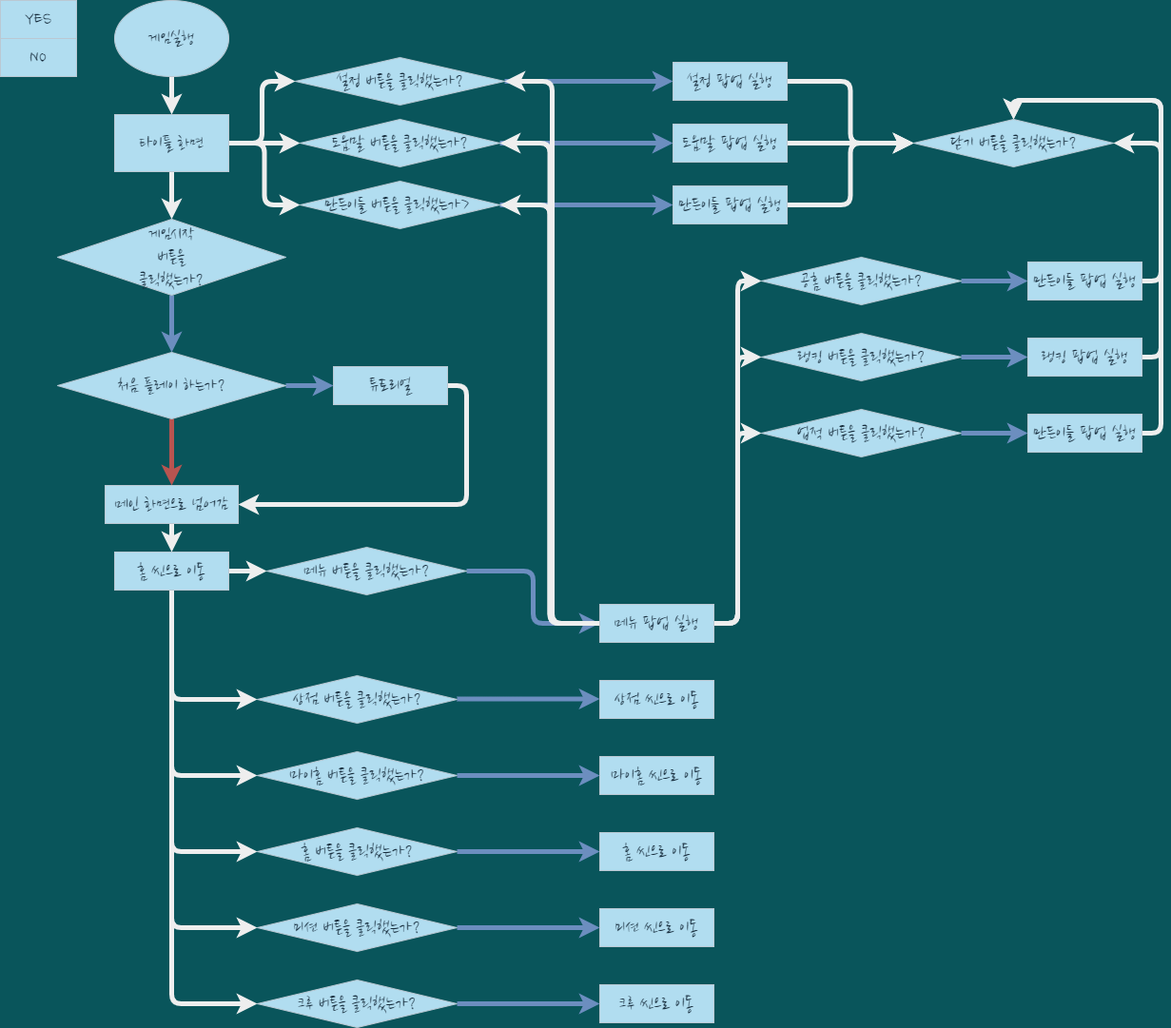
Earlier version of the draw.io export gameplay_flowchat.drawio.png (kinesis19/stac_project_SME). Source tidied: cells renumbered, new cells last; positions are measured from the earlier drawing's top-left corner, leaving out a move shared by most shapes.
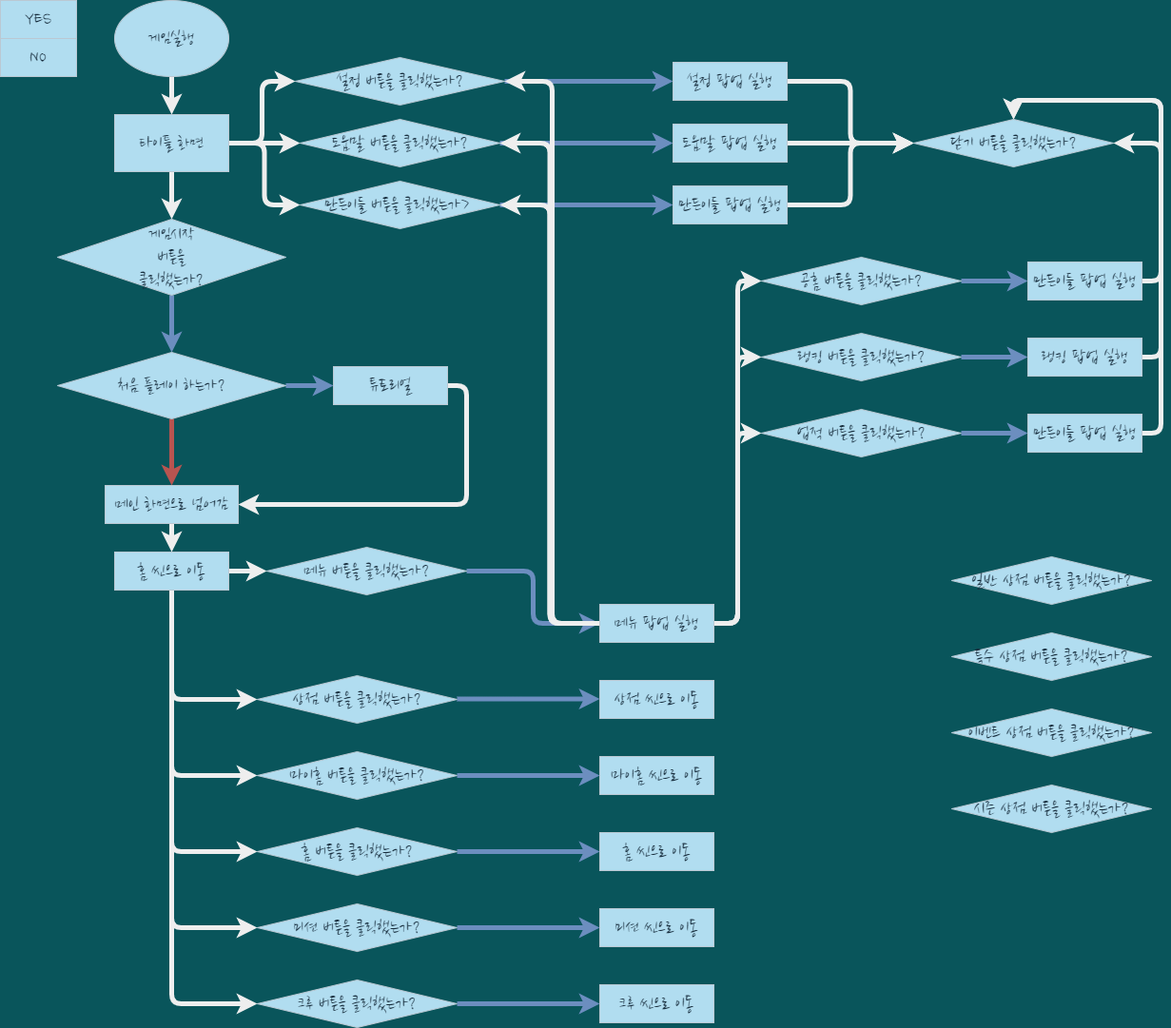
After the commit.

Diff of the diagram source:
```diff
@@ -241,5 +241,17 @@
         <mxPoint x="630" y="734.5" as="targetPoint" />
       </mxGeometry>
     </mxCell>
+    <mxCell id="76" value="일반 상점 버튼을 클릭했는가?" style="rhombus;whiteSpace=wrap;html=1;rounded=0;sketch=0;fontFamily=Nanum Brush Script;fontSource=https%3A%2F%2Ffonts.googleapis.com%2Fcss%3Ffamily%3DNanum%2BBrush%2BScript;fontSize=20;fillColor=#B1DDF0;strokeColor=#BAC8D3;fontColor=#182E3E;" parent="1" vertex="1">
+      <mxGeometry x="1000" y="585" width="210" height="50" as="geometry" />
+    </mxCell>
+    <mxCell id="77" value="특수 상점 버튼을 클릭했는가?" style="rhombus;whiteSpace=wrap;html=1;rounded=0;sketch=0;fontFamily=Nanum Brush Script;fontSource=https%3A%2F%2Ffonts.googleapis.com%2Fcss%3Ffamily%3DNanum%2BBrush%2BScript;fontSize=20;fillColor=#B1DDF0;strokeColor=#BAC8D3;fontColor=#182E3E;" parent="1" vertex="1">
+      <mxGeometry x="1000" y="665" width="210" height="50" as="geometry" />
+    </mxCell>
+    <mxCell id="78" value="이벤트 상점 버튼을 클릭했는가?" style="rhombus;whiteSpace=wrap;html=1;rounded=0;sketch=0;fontFamily=Nanum Brush Script;fontSource=https%3A%2F%2Ffonts.googleapis.com%2Fcss%3Ffamily%3DNanum%2BBrush%2BScript;fontSize=20;fillColor=#B1DDF0;strokeColor=#BAC8D3;fontColor=#182E3E;" parent="1" vertex="1">
+      <mxGeometry x="1000" y="745" width="210" height="50" as="geometry" />
+    </mxCell>
+    <mxCell id="79" value="시즌 상점 버튼을 클릭했는가?" style="rhombus;whiteSpace=wrap;html=1;rounded=0;sketch=0;fontFamily=Nanum Brush Script;fontSource=https%3A%2F%2Ffonts.googleapis.com%2Fcss%3Ffamily%3DNanum%2BBrush%2BScript;fontSize=20;fillColor=#B1DDF0;strokeColor=#BAC8D3;fontColor=#182E3E;" parent="1" vertex="1">
+      <mxGeometry x="1000" y="825" width="210" height="50" as="geometry" />
+    </mxCell>
   </root>
 </mxGraphModel>
```
